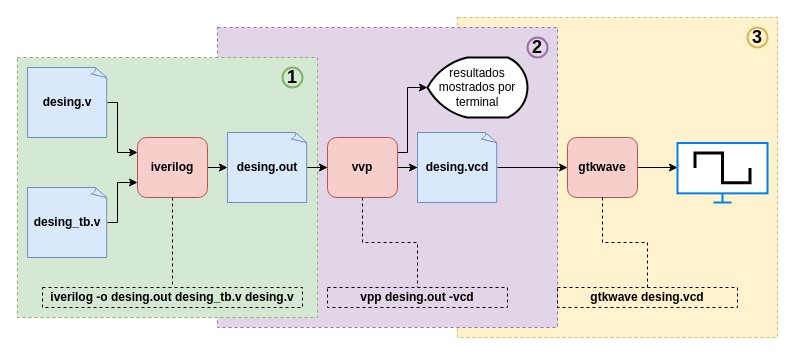
The draw.io diagram lab01/simulation-process.drawio in johnnycubides/digital-electronic-1-101, before the edit. Source tidied: cells renumbered, new cells numbered last; positions are measured from the earlier drawing's top-left corner, leaving out a move shared by most shapes. Both pictures are drawn from the tidied source at 100%, with x=0, y=0 at pixel (17, 17).
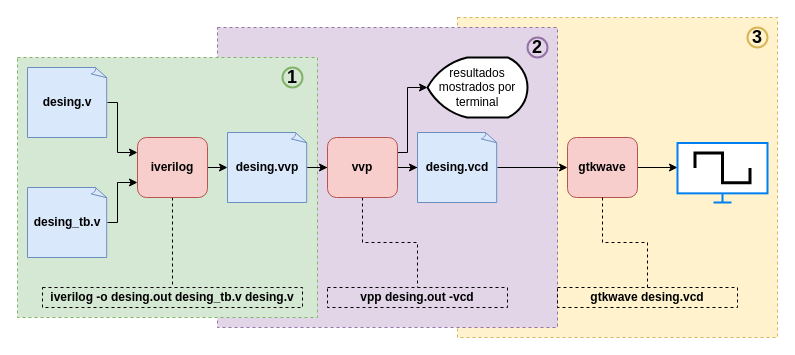
After the change.

The edit, as a diff of the source:
```diff
@@
-    <mxCell id="13" value="desing.out" style="whiteSpace=wrap;html=1;shape=mxgraph.basic.document;fillColor=#dae8fc;strokeColor=#6c8ebf;fontStyle=1;" parent="1" vertex="1">
+    <mxCell id="13" value="desing.vvp" style="whiteSpace=wrap;html=1;shape=mxgraph.basic.document;fillColor=#dae8fc;strokeColor=#6c8ebf;fontStyle=1;" parent="1" vertex="1">
       <mxGeometry x="210" y="115" width="80" height="70" as="geometry" />
     </mxCell>
```
